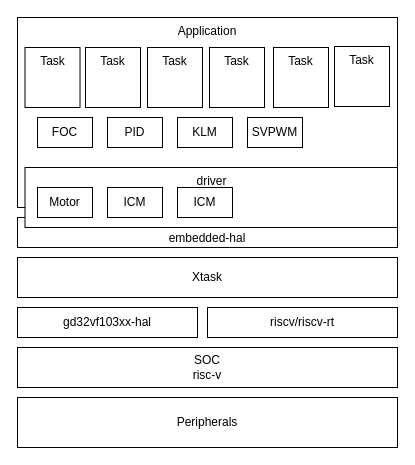
This is doc/degin.dio from gqf2008/Xpilot, a draw.io file, before an edit. Source tidied: cells renumbered, new cells numbered last; positions are measured from the earlier drawing's top-left corner, leaving out a move shared by most shapes. Both pictures are drawn from the tidied source at 100%, with x=0, y=0 at pixel (17, 17).
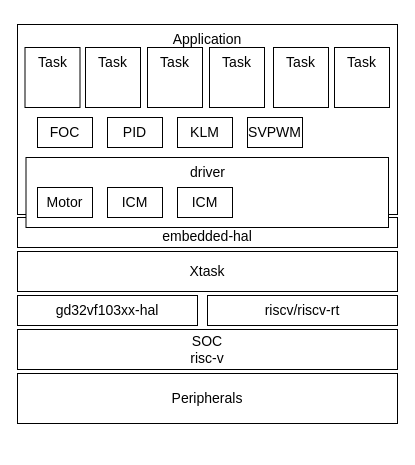
After the change.

What changed in the source:
```diff
@@
-    <mxCell id="2" value="SOC&lt;br&gt;risc-v" style="rounded=0;whiteSpace=wrap;html=1;" parent="1" vertex="1">
-      <mxGeometry y="330" width="380" height="40" as="geometry" />
+    <mxCell id="2" value="SOC&lt;br style=&quot;font-size: 14px;&quot;&gt;risc-v" style="rounded=0;whiteSpace=wrap;html=1;fontSize=14;" parent="1" vertex="1">
+      <mxGeometry y="312" width="380" height="40" as="geometry" />
     </mxCell>
-    <mxCell id="3" value="gd32vf103xx-hal" style="rounded=0;whiteSpace=wrap;html=1;" parent="1" vertex="1">
-      <mxGeometry y="290" width="180" height="30" as="geometry" />
+    <mxCell id="3" value="gd32vf103xx-hal" style="rounded=0;whiteSpace=wrap;html=1;fontSize=14;" parent="1" vertex="1">
+      <mxGeometry y="278" width="180" height="30" as="geometry" />
     </mxCell>
-    <mxCell id="4" value="riscv/riscv-rt" style="rounded=0;whiteSpace=wrap;html=1;" parent="1" vertex="1">
-      <mxGeometry x="190" y="290" width="190" height="30" as="geometry" />
+    <mxCell id="4" value="riscv/riscv-rt" style="rounded=0;whiteSpace=wrap;html=1;fontSize=14;" parent="1" vertex="1">
+      <mxGeometry x="190" y="278" width="190" height="30" as="geometry" />
     </mxCell>
-    <mxCell id="5" value="Xtask" style="rounded=0;whiteSpace=wrap;html=1;" parent="1" vertex="1">
-      <mxGeometry y="240" width="380" height="40" as="geometry" />
+    <mxCell id="5" value="Xtask" style="rounded=0;whiteSpace=wrap;html=1;fontSize=14;" parent="1" vertex="1">
+      <mxGeometry y="234" width="380" height="40" as="geometry" />
     </mxCell>
-    <mxCell id="6" value="Application" style="rounded=0;whiteSpace=wrap;html=1;verticalAlign=top;" parent="1" vertex="1">
-      <mxGeometry width="380" height="190" as="geometry" />
+    <mxCell id="6" value="Application" style="rounded=0;whiteSpace=wrap;html=1;verticalAlign=top;fontSize=14;" parent="1" vertex="1">
+      <mxGeometry y="7" width="380" height="190" as="geometry" />
     </mxCell>
-    <mxCell id="7" value="embedded-hal" style="rounded=0;whiteSpace=wrap;html=1;verticalAlign=bottom;" parent="1" vertex="1">
+    <mxCell id="7" value="embedded-hal" style="rounded=0;whiteSpace=wrap;html=1;verticalAlign=bottom;fontSize=14;" parent="1" vertex="1">
       <mxGeometry y="200" width="380" height="30" as="geometry" />
     </mxCell>
-    <mxCell id="8" value="driver" style="rounded=0;whiteSpace=wrap;html=1;verticalAlign=top;" parent="1" vertex="1">
-      <mxGeometry x="7.5" y="150" width="372.5" height="60" as="geometry" />
+    <mxCell id="8" value="driver" style="rounded=0;whiteSpace=wrap;html=1;verticalAlign=top;fontSize=14;" parent="1" vertex="1">
+      <mxGeometry x="8.5" y="140" width="362.5" height="70" as="geometry" />
     </mxCell>
-    <mxCell id="9" value="Task" style="rounded=0;whiteSpace=wrap;html=1;verticalAlign=top;" parent="1" vertex="1">
+    <mxCell id="9" value="Task" style="rounded=0;whiteSpace=wrap;html=1;verticalAlign=top;fontSize=14;" parent="1" vertex="1">
       <mxGeometry x="7.5" y="30" width="55" height="60" as="geometry" />
     </mxCell>
-    <mxCell id="10" value="Task" style="rounded=0;whiteSpace=wrap;html=1;verticalAlign=top;" parent="1" vertex="1">
+    <mxCell id="10" value="Task" style="rounded=0;whiteSpace=wrap;html=1;verticalAlign=top;fontSize=14;" parent="1" vertex="1">
       <mxGeometry x="68" y="30" width="55" height="60" as="geometry" />
     </mxCell>
-    <mxCell id="11" value="Task" style="rounded=0;whiteSpace=wrap;html=1;verticalAlign=top;" parent="1" vertex="1">
+    <mxCell id="11" value="Task" style="rounded=0;whiteSpace=wrap;html=1;verticalAlign=top;fontSize=14;" parent="1" vertex="1">
       <mxGeometry x="130" y="30" width="55" height="60" as="geometry" />
     </mxCell>
-    <mxCell id="12" value="SVPWM" style="rounded=0;whiteSpace=wrap;html=1;" parent="1" vertex="1">
+    <mxCell id="12" value="SVPWM" style="rounded=0;whiteSpace=wrap;html=1;fontSize=14;" parent="1" vertex="1">
       <mxGeometry x="230" y="100" width="55" height="30" as="geometry" />
     </mxCell>
-    <mxCell id="13" value="Motor" style="rounded=0;whiteSpace=wrap;html=1;" parent="1" vertex="1">
+    <mxCell id="13" value="Motor" style="rounded=0;whiteSpace=wrap;html=1;fontSize=14;" parent="1" vertex="1">
       <mxGeometry x="20" y="170" width="55" height="30" as="geometry" />
     </mxCell>
-    <mxCell id="14" value="ICM" style="rounded=0;whiteSpace=wrap;html=1;" parent="1" vertex="1">
+    <mxCell id="14" value="ICM" style="rounded=0;whiteSpace=wrap;html=1;fontSize=14;" parent="1" vertex="1">
       <mxGeometry x="90" y="170" width="55" height="30" as="geometry" />
     </mxCell>
-    <mxCell id="15" value="Peripherals" style="rounded=0;whiteSpace=wrap;html=1;" parent="1" vertex="1">
-      <mxGeometry y="380" width="380" height="50" as="geometry" />
+    <mxCell id="15" value="Peripherals" style="rounded=0;whiteSpace=wrap;html=1;fontSize=14;" parent="1" vertex="1">
+      <mxGeometry y="356" width="380" height="50" as="geometry" />
     </mxCell>
-    <mxCell id="16" value="Task" style="rounded=0;whiteSpace=wrap;html=1;verticalAlign=top;" parent="1" vertex="1">
+    <mxCell id="16" value="Task" style="rounded=0;whiteSpace=wrap;html=1;verticalAlign=top;fontSize=14;" parent="1" vertex="1">
       <mxGeometry x="192" y="30" width="55" height="60" as="geometry" />
     </mxCell>
-    <mxCell id="17" value="Task" style="rounded=0;whiteSpace=wrap;html=1;verticalAlign=top;" parent="1" vertex="1">
+    <mxCell id="17" value="Task" style="rounded=0;whiteSpace=wrap;html=1;verticalAlign=top;fontSize=14;" parent="1" vertex="1">
       <mxGeometry x="256" y="30" width="55" height="60" as="geometry" />
     </mxCell>
-    <mxCell id="18" value="Task" style="rounded=0;whiteSpace=wrap;html=1;verticalAlign=top;" parent="1" vertex="1">
-      <mxGeometry x="317" y="29" width="55" height="60" as="geometry" />
+    <mxCell id="18" value="Task" style="rounded=0;whiteSpace=wrap;html=1;verticalAlign=top;fontSize=14;" parent="1" vertex="1">
+      <mxGeometry x="317" y="30" width="55" height="60" as="geometry" />
     </mxCell>
-    <mxCell id="19" value="FOC" style="rounded=0;whiteSpace=wrap;html=1;" parent="1" vertex="1">
+    <mxCell id="19" value="FOC" style="rounded=0;whiteSpace=wrap;html=1;fontSize=14;" parent="1" vertex="1">
       <mxGeometry x="20" y="100" width="55" height="30" as="geometry" />
     </mxCell>
-    <mxCell id="20" value="PID" style="rounded=0;whiteSpace=wrap;html=1;" parent="1" vertex="1">
+    <mxCell id="20" value="PID" style="rounded=0;whiteSpace=wrap;html=1;fontSize=14;" parent="1" vertex="1">
       <mxGeometry x="90" y="100" width="55" height="30" as="geometry" />
     </mxCell>
-    <mxCell id="21" value="KLM" style="rounded=0;whiteSpace=wrap;html=1;" parent="1" vertex="1">
+    <mxCell id="21" value="KLM" style="rounded=0;whiteSpace=wrap;html=1;fontSize=14;" parent="1" vertex="1">
       <mxGeometry x="160" y="100" width="55" height="30" as="geometry" />
     </mxCell>
-    <mxCell id="22" value="ICM" style="rounded=0;whiteSpace=wrap;html=1;" parent="1" vertex="1">
+    <mxCell id="22" value="ICM" style="rounded=0;whiteSpace=wrap;html=1;fontSize=14;" parent="1" vertex="1">
       <mxGeometry x="160" y="170" width="55" height="30" as="geometry" />
     </mxCell>
```
